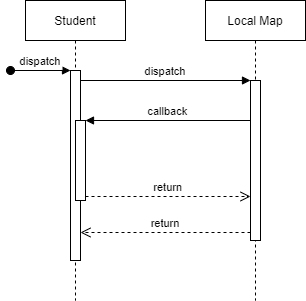
Hanandrof/Group-3-Repository keeps this draw.io diagram as Deliverables/Week_3/Use_Case/Student/Sequence Diagrams/Map.png. Above is the earlier version. Source tidied: cells renumbered, new cells last; positions are measured from the earlier drawing's top-left corner, leaving out a move shared by most shapes.
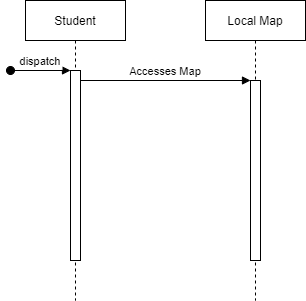
After the change.

Diff of the diagram source:
```diff
@@ -13,26 +13,14 @@
         <mxPoint x="-15" y="70" as="sourcePoint" />
       </mxGeometry>
     </mxCell>
-    <mxCell id="5" style="points=[];perimeter=orthogonalPerimeter;rounded=0;shadow=0;strokeWidth=1;" parent="2" vertex="1">
-      <mxGeometry x="50" y="120" width="10" height="80" as="geometry" />
-    </mxCell>
     <mxCell id="6" value="Local Map" style="shape=umlLifeline;perimeter=lifelinePerimeter;rounded=0;shadow=0;strokeWidth=1;" parent="1" vertex="1">
       <mxGeometry x="195" width="100" height="300" as="geometry" />
     </mxCell>
     <mxCell id="7" style="points=[];perimeter=orthogonalPerimeter;rounded=0;shadow=0;strokeWidth=1;" parent="6" vertex="1">
-      <mxGeometry x="45" y="80" width="10" height="160" as="geometry" />
+      <mxGeometry x="45" y="80" width="10" height="180" as="geometry" />
     </mxCell>
-    <mxCell id="8" value="return" style="verticalAlign=bottom;endArrow=open;dashed=1;endSize=8;exitX=0;exitY=0.95;shadow=0;strokeWidth=1;" parent="1" edge="1" source="7" target="3">
-      <mxGeometry relative="1" as="geometry" />
-    </mxCell>
-    <mxCell id="9" value="dispatch" style="verticalAlign=bottom;endArrow=block;entryX=0;entryY=0;shadow=0;strokeWidth=1;" parent="1" edge="1" source="3" target="7">
+    <mxCell id="9" value="Accesses Map" style="verticalAlign=bottom;endArrow=block;entryX=0;entryY=0;shadow=0;strokeWidth=1;" parent="1" edge="1" source="3" target="7">
       <mxGeometry relative="1" as="geometry" />
     </mxCell>
-    <mxCell id="10" value="callback" style="verticalAlign=bottom;endArrow=block;entryX=1;entryY=0;shadow=0;strokeWidth=1;" parent="1" edge="1" source="7" target="5">
-      <mxGeometry relative="1" as="geometry" />
-    </mxCell>
-    <mxCell id="11" value="return" style="verticalAlign=bottom;endArrow=open;dashed=1;endSize=8;exitX=1;exitY=0.95;shadow=0;strokeWidth=1;" parent="1" edge="1" source="5" target="7">
-      <mxGeometry relative="1" as="geometry" />
-    </mxCell>
   </root>
 </mxGraphModel>
```
